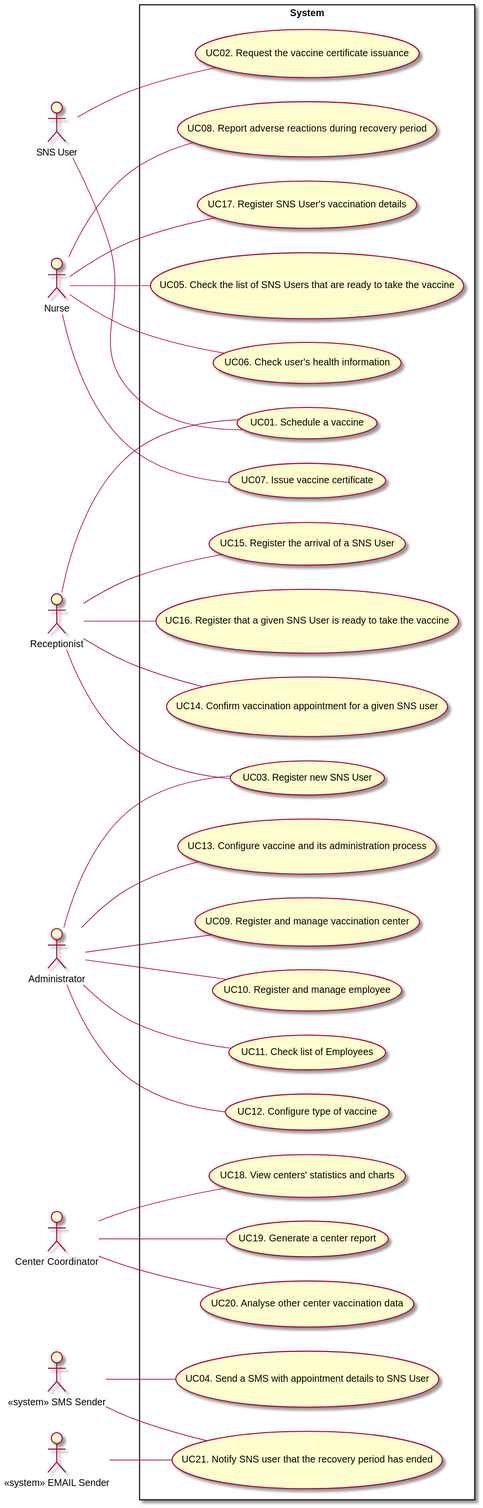
Earlier version of the PlantUML export docs/SprintB/UCD.svg (miseEnPlace-i/lapr2). Its diagram source:
```plantuml
@startuml UCD

left to right direction

actor "SNS User" as user
actor "Nurse" as nurse
actor "Receptionist" as recept
actor "Administrator" as admin
actor "Center Coordinator" as coordinator
actor "<< system >> SMS Sender" as dgs
actor "<< system >> EMAIL Sender" as dgsEmail

rectangle System {
  usecase "UC01. Schedule a vaccine" as UC01
  usecase "UC02. Request the vaccine certificate issuance" as UC02
  usecase "UC03. Register new SNS User" as UC20
  usecase "UC04. Send a SMS with appointment details to SNS User" as UC03
  usecase "UC05. Check the list of SNS Users that are ready to take the vaccine" as UC05
  usecase "UC06. Check user's health information" as UC06
  usecase "UC07. Issue vaccine certificate" as UC07
  usecase "UC08. Report adverse reactions during recovery period" as UC08
  usecase "UC09. Register and manage vaccination center" as UC18
  usecase "UC10. Register and manage employee" as UC19
  usecase "UC11. Check list of Employees" as UC22
  usecase "UC12. Configure type of vaccine" as UC16
  usecase "UC13. Configure vaccine and its administration process" as UC17
  usecase "UC14. Confirm vaccination appointment for a given SNS user" as UC11
  usecase "UC15. Register the arrival of a SNS User" as UC10
  usecase "UC16. Register that a given SNS User is ready to take the vaccine" as UC12
  usecase "UC17. Register SNS User's vaccination details" as UC09
  usecase "UC18. View centers' statistics and charts" as UC13
  usecase "UC19. Generate a center report" as UC14
  usecase "UC20. Analyse other center vaccination data" as UC15
  usecase "UC21. Notify SNS user that the recovery period has ended" as UC21
}

user -- UC01
user -- UC02
dgs -- UC03
recept -- UC01
recept -- UC20
nurse -- UC05
nurse -- UC06
nurse -- UC07
nurse -- UC08
nurse -- UC09
recept -- UC10
recept -- UC11
recept -- UC12
coordinator -- UC13
coordinator -- UC14
coordinator -- UC15
admin -- UC16
admin -- UC17
admin -- UC18
admin -- UC19
admin -- UC22
admin -- UC20
dgs -- UC21
dgsEmail -- UC21

@enduml
```
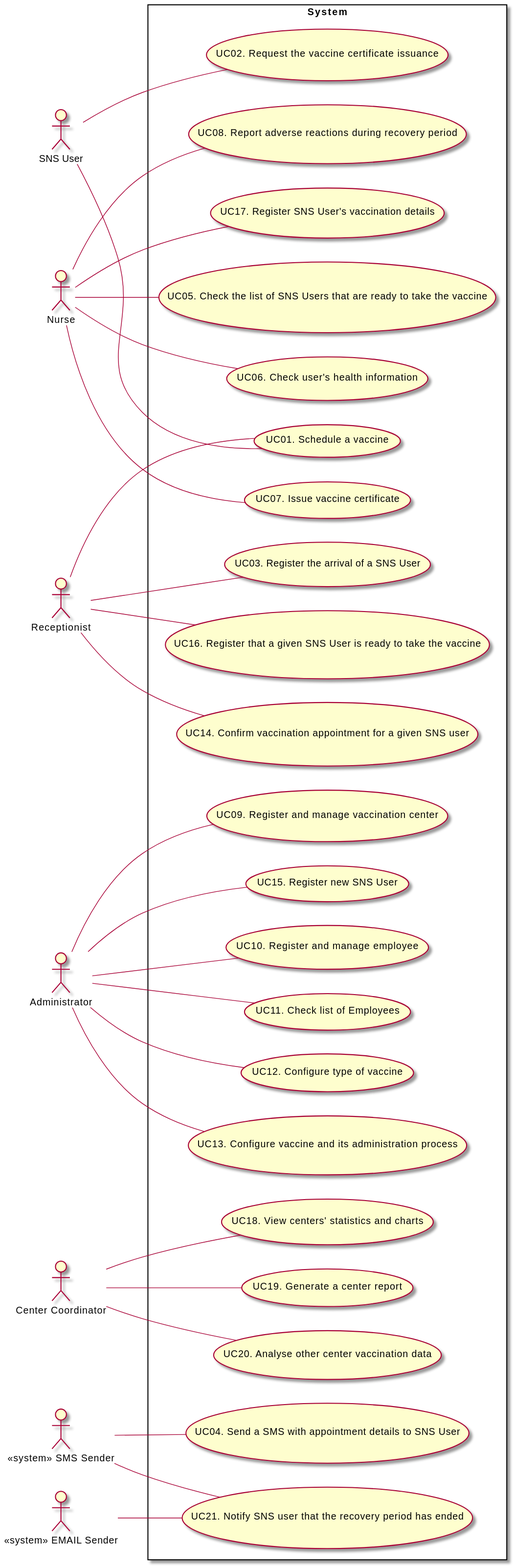
After the commit.

Diff of the diagram source:
```diff
@@ -13,7 +13,7 @@
 rectangle System {
   usecase "UC01. Schedule a vaccine" as UC01
   usecase "UC02. Request the vaccine certificate issuance" as UC02
-  usecase "UC03. Register new SNS User" as UC20
+  usecase "UC15. Register new SNS User" as UC20
   usecase "UC04. Send a SMS with appointment details to SNS User" as UC03
   usecase "UC05. Check the list of SNS Users that are ready to take the vaccine" as UC05
   usecase "UC06. Check user's health information" as UC06
@@ -25,7 +25,7 @@
   usecase "UC12. Configure type of vaccine" as UC16
   usecase "UC13. Configure vaccine and its administration process" as UC17
   usecase "UC14. Confirm vaccination appointment for a given SNS user" as UC11
-  usecase "UC15. Register the arrival of a SNS User" as UC10
+  usecase "UC03. Register the arrival of a SNS User" as UC10
   usecase "UC16. Register that a given SNS User is ready to take the vaccine" as UC12
   usecase "UC17. Register SNS User's vaccination details" as UC09
   usecase "UC18. View centers' statistics and charts" as UC13
@@ -38,7 +38,6 @@
 user -- UC02
 dgs -- UC03
 recept -- UC01
-recept -- UC20
 nurse -- UC05
 nurse -- UC06
 nurse -- UC07
```
